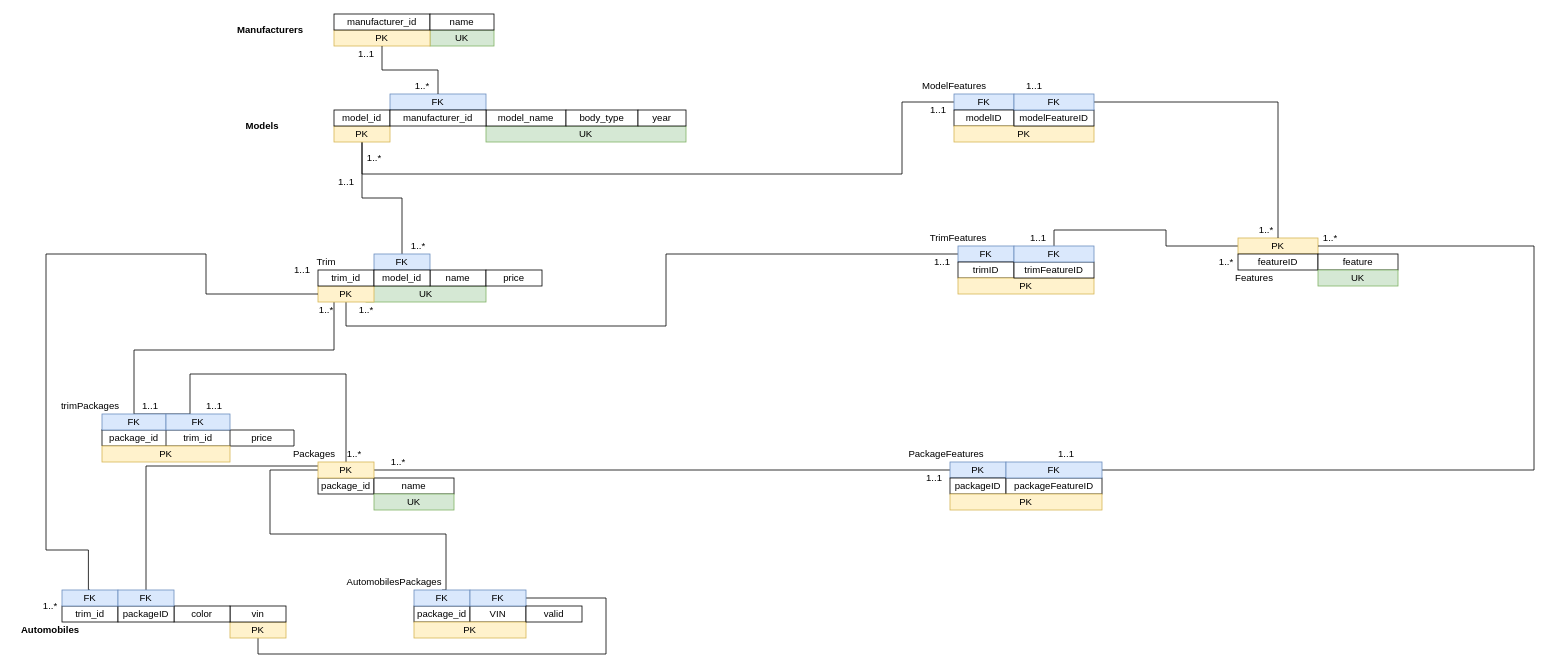
This is page "Scheme" (2 of 2) of Project 2.drawio from AnthraciteData/CECS-323-, a draw.io file, before an edit. Source tidied: cells renumbered, new cells numbered last; positions are measured from the earlier drawing's top-left corner, leaving out a move shared by most shapes. Both pictures are drawn from the tidied source at 80%, with x=0, y=0 at pixel (14, 14).
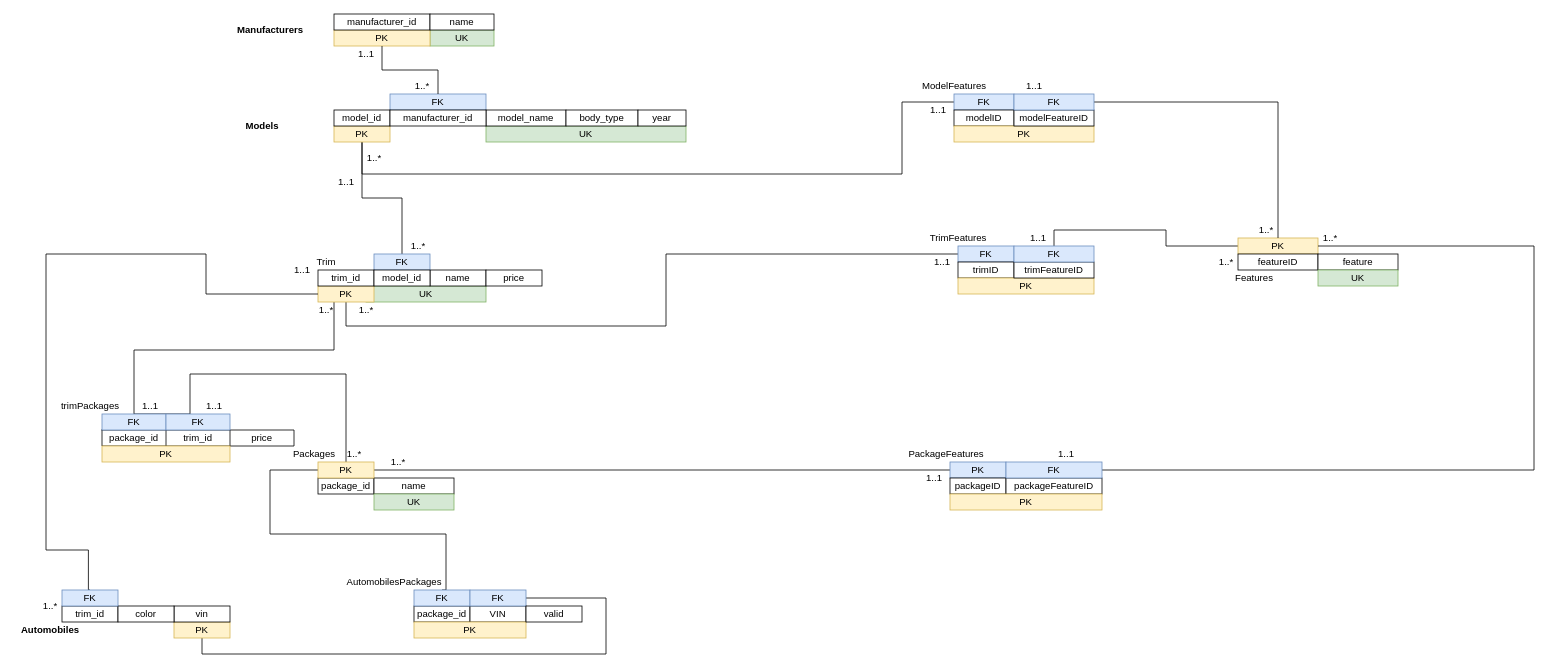
The same diagram, later.

Unchanged cells that the change refers to:
```xml
<mxCell id="45" value="PK" style="whiteSpace=wrap;html=1;fillColor=#fff2cc;strokeColor=#d6b656;" parent="1" vertex="1">
  <mxGeometry x="380" y="560" width="70" height="20" as="geometry" />
</mxCell>
<mxCell id="109" value="FK" style="whiteSpace=wrap;html=1;fillColor=#dae8fc;strokeColor=#6c8ebf;" parent="1" vertex="1">
  <mxGeometry x="570" y="720" width="70" height="20" as="geometry" />
</mxCell>
```

Change to the diagram source:
```diff
@@
     <mxCell id="3" style="edgeStyle=orthogonalEdgeStyle;rounded=0;jettySize=auto;html=1;entryX=1;entryY=0.5;entryDx=0;entryDy=0;endArrow=none;endFill=0;" parent="1" edge="1" source="4" target="109">
       <mxGeometry relative="1" as="geometry">
         <Array as="points">
-          <mxPoint x="305" y="800" />
+          <mxPoint x="235" y="800" />
           <mxPoint x="740" y="800" />
           <mxPoint x="740" y="730" />
         </Array>
       </mxGeometry>
     </mxCell>
     <mxCell id="4" value="PK" style="whiteSpace=wrap;html=1;fillColor=#fff2cc;strokeColor=#d6b656;" parent="1" vertex="1">
-      <mxGeometry x="270" y="760" width="70" height="20" as="geometry" />
+      <mxGeometry x="200" y="760" width="70" height="20" as="geometry" />
     </mxCell>
     <mxCell id="5" value="vin" style="whiteSpace=wrap;html=1;" parent="1" vertex="1">
-      <mxGeometry x="270" y="740" width="70" height="20" as="geometry" />
+      <mxGeometry x="200" y="740" width="70" height="20" as="geometry" />
     </mxCell>
@@
     <mxCell id="27" value="color" style="whiteSpace=wrap;html=1;" parent="1" vertex="1">
-      <mxGeometry x="200" y="740" width="70" height="20" as="geometry" />
+      <mxGeometry x="130" y="740" width="70" height="20" as="geometry" />
     </mxCell>
@@
-    <mxCell id="29" style="edgeStyle=orthogonalEdgeStyle;rounded=0;jettySize=auto;html=1;exitX=0;exitY=0.25;exitDx=0;exitDy=0;entryX=0.5;entryY=0;entryDx=0;entryDy=0;endArrow=none;endFill=0;" parent="1" edge="1" source="45" target="104">
-      <mxGeometry relative="1" as="geometry" />
-    </mxCell>
@@
-    <mxCell id="102" value="packageID" style="whiteSpace=wrap;html=1;" parent="1" vertex="1">
-      <mxGeometry x="130" y="740" width="70" height="20" as="geometry" />
-    </mxCell>
@@
-    <mxCell id="104" value="FK" style="whiteSpace=wrap;html=1;fillColor=#dae8fc;strokeColor=#6c8ebf;" parent="1" vertex="1">
-      <mxGeometry x="130" y="720" width="70" height="20" as="geometry" />
-    </mxCell>
```
